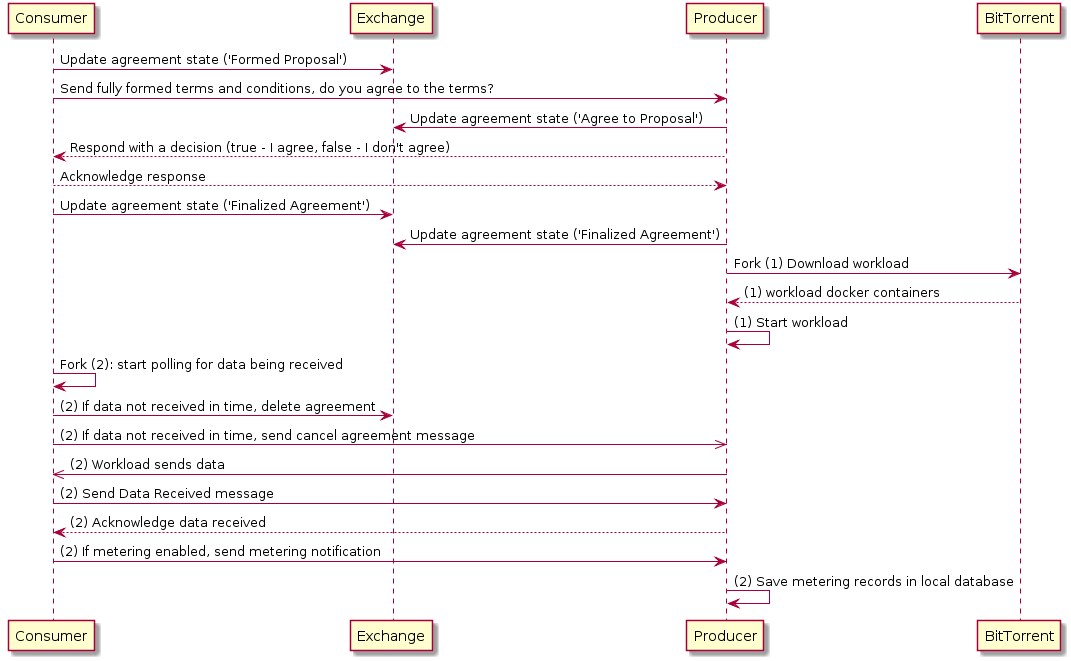
The PlantUML diagram basicprotocol/diagrams/horizonSequenceDiagram.png in open-horizon/anax, before a commit. Its diagram source:
```plantuml
@startuml
Consumer -> Exchange: Update agreement state ('Formed Proposal')
Consumer -> Producer: Send fully formed terms and conditions, do you agree to the terms?
Producer -> Exchange: Update agreement state ('Agree to Proposal')
Producer --> Consumer: Respond with a decision (true - I agree, false - I don't agree)
Consumer --> Producer: Acknowledge response
Consumer -> Exchange: Update agreement state ('Finalized Agreement')
Producer -> Exchange: Update agreement state ('Finalized Agreement')

Producer -> BitTorrent: Fork (1) Download workload
BitTorrent --> Producer: (1) workload docker containers
Producer -> Producer: (1) Start workload

Consumer -> Consumer: Fork (2): start polling for data being received
Consumer -> Exchange: (2) If data not received in time, delete agreement
Consumer ->> Producer: (2) If data not received in time, send cancel agreement message
Producer ->> Consumer: (2) Workload sends data
Consumer -> Producer: (2) Send Data Received message
Producer --> Consumer: (2) Acknowledge data received
Consumer -> Producer: (2) If metering enabled, send metering notification
Producer -> Producer: (2) Save metering records in local database

@enduml
```
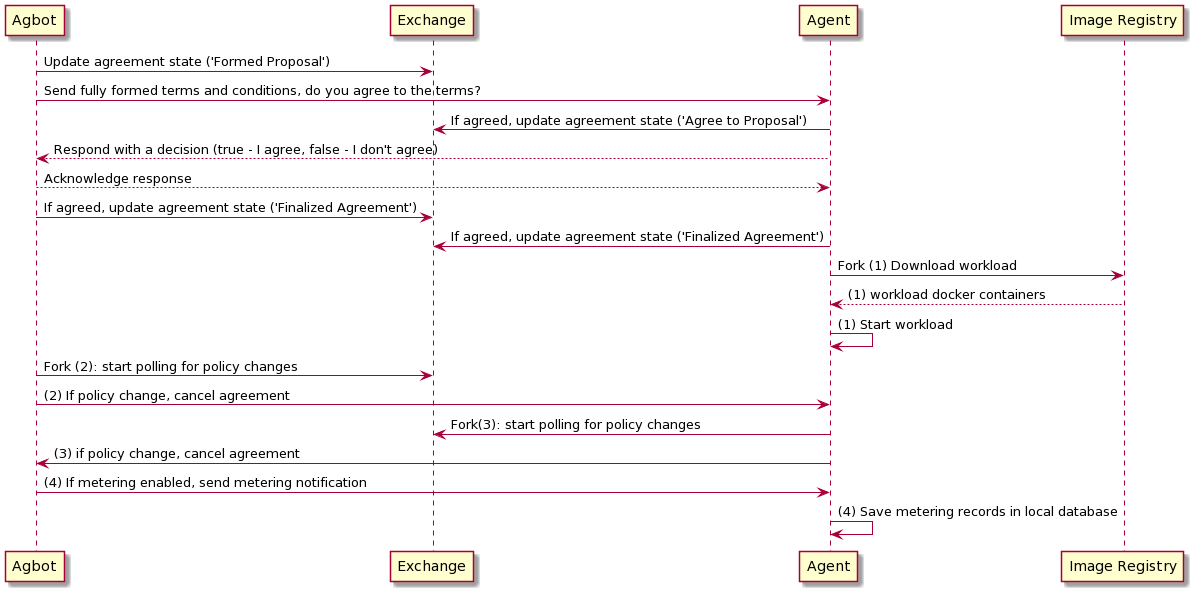
The same diagram one commit later.

Commit message:
Issue 2294 - update protocol diagrams

Diff of the diagram source:
```diff
@@ -1,23 +1,20 @@
 @startuml
-Consumer -> Exchange: Update agreement state ('Formed Proposal')
-Consumer -> Producer: Send fully formed terms and conditions, do you agree to the terms?
-Producer -> Exchange: Update agreement state ('Agree to Proposal')
-Producer --> Consumer: Respond with a decision (true - I agree, false - I don't agree)
-Consumer --> Producer: Acknowledge response
-Consumer -> Exchange: Update agreement state ('Finalized Agreement')
-Producer -> Exchange: Update agreement state ('Finalized Agreement')
+Agbot -> Exchange: Update agreement state ('Formed Proposal')
+Agbot -> Agent: Send fully formed terms and conditions, do you agree to the terms?
+Agent -> Exchange: If agreed, update agreement state ('Agree to Proposal')
+Agent --> Agbot: Respond with a decision (true - I agree, false - I don't agree)
+Agbot --> Agent: Acknowledge response
+Agbot -> Exchange: If agreed, update agreement state ('Finalized Agreement')
+Agent -> Exchange: If agreed, update agreement state ('Finalized Agreement')
 
-Producer -> BitTorrent: Fork (1) Download workload
-BitTorrent --> Producer: (1) workload docker containers
-Producer -> Producer: (1) Start workload
+Agent -> "Image Registry": Fork (1) Download workload
+"Image Registry" --> Agent: (1) workload docker containers
+Agent -> Agent: (1) Start workload
 
-Consumer -> Consumer: Fork (2): start polling for data being received
-Consumer -> Exchange: (2) If data not received in time, delete agreement
-Consumer ->> Producer: (2) If data not received in time, send cancel agreement message
-Producer ->> Consumer: (2) Workload sends data
-Consumer -> Producer: (2) Send Data Received message
-Producer --> Consumer: (2) Acknowledge data received
-Consumer -> Producer: (2) If metering enabled, send metering notification
-Producer -> Producer: (2) Save metering records in local database
-
+Agbot -> Exchange: Fork (2): start polling for policy changes
+Agbot -> Agent: (2) If policy change, cancel agreement
+Agent -> Exchange: Fork(3): start polling for policy changes
+Agent -> Agbot: (3) if policy change, cancel agreement
+Agbot -> Agent: (4) If metering enabled, send metering notification
+Agent -> Agent: (4) Save metering records in local database
 @enduml
```
